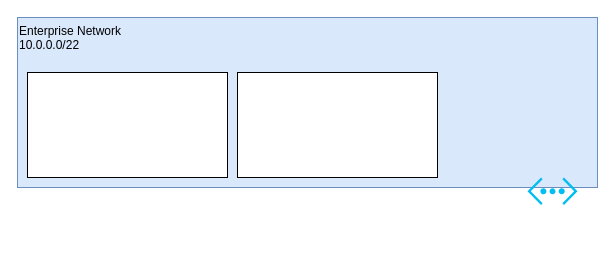
Above: drawio/azure-readhat-openshift.drawio in ParisaMousavi/wordpress (draw.io), before the change. Source tidied: cells renumbered, new cells numbered last; positions are measured from the earlier drawing's top-left corner, leaving out a move shared by most shapes. Both pictures are drawn from the tidied source at 100%, with x=0, y=0 at pixel (17, 17).
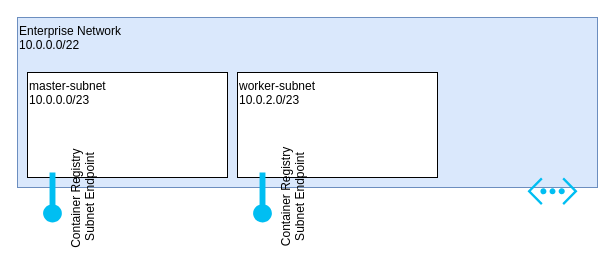
The same diagram, later.

Change to the diagram source:
```diff
@@
 <mxGraphModel>
   <root>
     <mxCell id="0" />
     <mxCell id="1" parent="0" />
     <mxCell id="2" value="Enterprise Network&lt;br&gt;10.0.0.0/22&lt;br&gt;" style="rounded=0;whiteSpace=wrap;html=1;fillColor=#dae8fc;strokeColor=#6c8ebf;verticalAlign=top;align=left;" parent="1" vertex="1">
       <mxGeometry width="580" height="170" as="geometry" />
     </mxCell>
-    <mxCell id="3" style="rounded=0;whiteSpace=wrap;html=1;" parent="1" vertex="1">
+    <mxCell id="3" value="master-subnet&lt;br&gt;10.0.0.0/23" style="rounded=0;whiteSpace=wrap;html=1;verticalAlign=top;align=left;" parent="1" vertex="1">
       <mxGeometry x="10" y="55" width="200" height="105" as="geometry" />
     </mxCell>
     <mxCell id="4" style="verticalLabelPosition=bottom;html=1;verticalAlign=top;align=center;strokeColor=none;fillColor=#00BEF2;shape=mxgraph.azure.virtual_network;" parent="1" vertex="1">
       <mxGeometry x="510" y="160" width="50" height="27.5" as="geometry" />
     </mxCell>
-    <mxCell id="5" style="rounded=0;whiteSpace=wrap;html=1;" parent="1" vertex="1">
+    <mxCell id="5" value="worker-subnet&lt;br&gt;10.0.2.0/23" style="rounded=0;whiteSpace=wrap;html=1;align=left;verticalAlign=top;" parent="1" vertex="1">
       <mxGeometry x="220" y="55" width="200" height="105" as="geometry" />
     </mxCell>
+    <mxCell id="6" value="Container Registry&amp;nbsp;&lt;br&gt;Subnet Endpoint" style="verticalLabelPosition=bottom;html=1;verticalAlign=top;align=center;strokeColor=none;fillColor=#00BEF2;shape=mxgraph.azure.service_endpoint;rotation=-90;" parent="1" vertex="1">
+      <mxGeometry x="10" y="170" width="50" height="20" as="geometry" />
+    </mxCell>
+    <mxCell id="7" value="Container Registry&lt;br&gt;Subnet Endpoint" style="verticalLabelPosition=bottom;html=1;verticalAlign=top;align=center;strokeColor=none;fillColor=#00BEF2;shape=mxgraph.azure.service_endpoint;rotation=-90;" parent="1" vertex="1">
+      <mxGeometry x="220" y="170" width="50" height="20" as="geometry" />
+    </mxCell>
   </root>
 </mxGraphModel>
```
